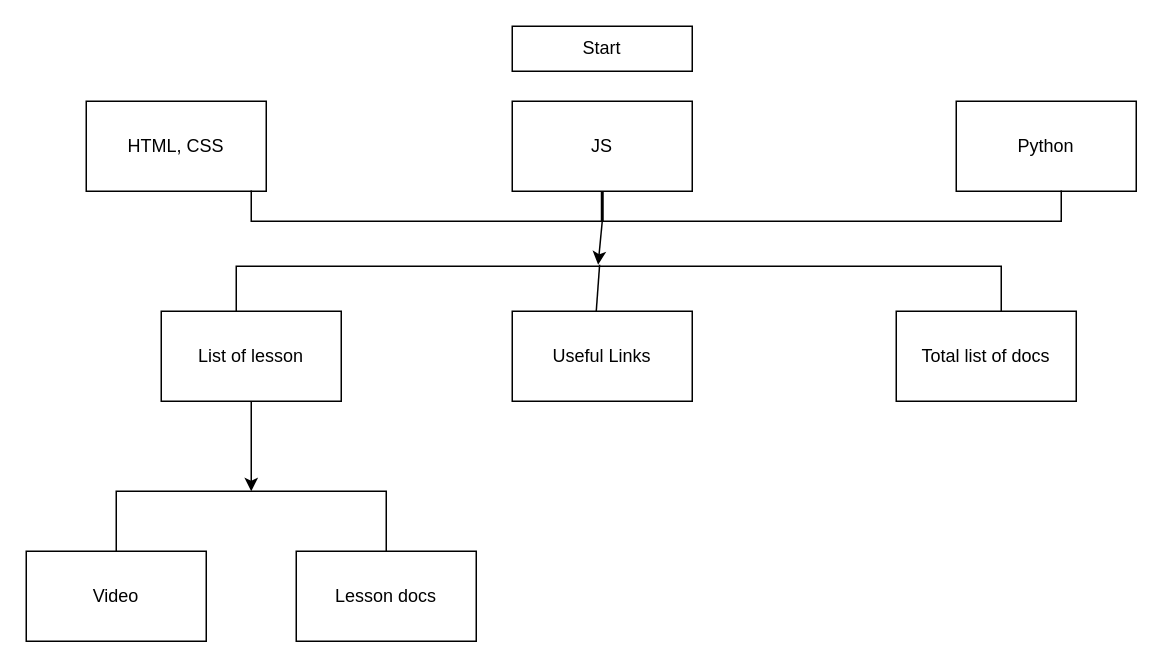
Before: TelegramBotITStep.drawio in Ocinu/TelegramBot, a draw.io diagram. Source tidied: cells renumbered, new cells numbered last; positions are measured from the earlier drawing's top-left corner, leaving out a move shared by most shapes. Both pictures are drawn from the tidied source at 150%, with x=0, y=0 at pixel (26, 26).
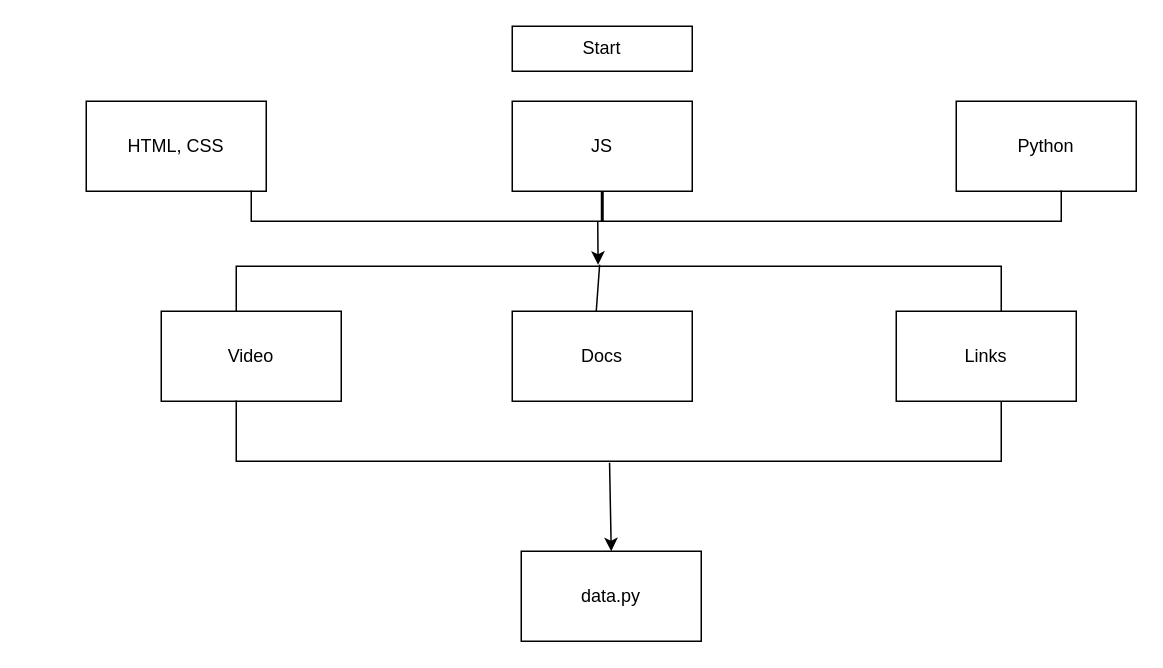
The same diagram, later.

Diff of the diagram source:
```diff
@@
 <mxGraphModel>
   <root>
     <mxCell id="0" />
     <mxCell id="1" parent="0" />
     <mxCell id="2" value="Start" style="rounded=0;whiteSpace=wrap;html=1;" parent="1" vertex="1">
       <mxGeometry x="324" width="120" height="30" as="geometry" />
     </mxCell>
     <mxCell id="3" value="Python" style="rounded=0;whiteSpace=wrap;html=1;" parent="1" vertex="1">
       <mxGeometry x="620" y="50" width="120" height="60" as="geometry" />
     </mxCell>
     <mxCell id="4" value="JS" style="rounded=0;whiteSpace=wrap;html=1;" parent="1" vertex="1">
       <mxGeometry x="324" y="50" width="120" height="60" as="geometry" />
     </mxCell>
     <mxCell id="5" value="HTML, CSS" style="rounded=0;whiteSpace=wrap;html=1;" parent="1" vertex="1">
       <mxGeometry x="40" y="50" width="120" height="60" as="geometry" />
     </mxCell>
-    <mxCell id="6" value="Video" style="rounded=0;whiteSpace=wrap;html=1;" parent="1" vertex="1">
-      <mxGeometry y="350" width="120" height="60" as="geometry" />
-    </mxCell>
-    <mxCell id="7" value="List of lesson" style="rounded=0;whiteSpace=wrap;html=1;" parent="1" vertex="1">
+    <mxCell id="7" value="Video" style="rounded=0;whiteSpace=wrap;html=1;" parent="1" vertex="1">
       <mxGeometry x="90" y="190" width="120" height="60" as="geometry" />
     </mxCell>
-    <mxCell id="8" value="Lesson docs" style="rounded=0;whiteSpace=wrap;html=1;" parent="1" vertex="1">
-      <mxGeometry x="180" y="350" width="120" height="60" as="geometry" />
+    <mxCell id="8" value="data.py" style="rounded=0;whiteSpace=wrap;html=1;" parent="1" vertex="1">
+      <mxGeometry x="330" y="350" width="120" height="60" as="geometry" />
     </mxCell>
-    <mxCell id="9" value="Useful Links" style="rounded=0;whiteSpace=wrap;html=1;" parent="1" vertex="1">
+    <mxCell id="9" value="Docs" style="rounded=0;whiteSpace=wrap;html=1;" parent="1" vertex="1">
       <mxGeometry x="324" y="190" width="120" height="60" as="geometry" />
     </mxCell>
     <mxCell id="10" style="shape=partialRectangle;whiteSpace=wrap;html=1;bottom=1;right=1;left=1;top=0;fillColor=none;routingCenterX=-0.5;direction=east;" parent="1" vertex="1">
       <mxGeometry x="150" y="110" width="540" height="20" as="geometry" />
     </mxCell>
     <mxCell id="11" style="line;strokeWidth=2;direction=south;html=1;" parent="1" vertex="1">
       <mxGeometry x="379" y="110" width="10" height="20" as="geometry" />
     </mxCell>
-    <mxCell id="12" style="shape=partialRectangle;whiteSpace=wrap;html=1;bottom=1;right=1;left=1;top=0;fillColor=none;routingCenterX=-0.5;direction=west;" parent="1" vertex="1">
-      <mxGeometry x="60" y="310" width="180" height="40" as="geometry" />
+    <mxCell id="12" style="shape=partialRectangle;whiteSpace=wrap;html=1;bottom=1;right=1;left=1;top=0;fillColor=none;routingCenterX=-0.5;direction=east;" parent="1" vertex="1">
+      <mxGeometry x="140" y="250" width="510" height="40" as="geometry" />
     </mxCell>
-    <mxCell id="13" style="endArrow=classic;html=1;entryX=0.5;entryY=1;entryDx=0;entryDy=0;exitX=0.5;exitY=1;exitDx=0;exitDy=0;" parent="1" edge="1" source="7" target="12">
+    <mxCell id="13" style="endArrow=classic;html=1;entryX=0.5;entryY=0;entryDx=0;entryDy=0;exitX=0.488;exitY=1.025;exitDx=0;exitDy=0;exitPerimeter=0;" parent="1" edge="1" source="12" target="8">
       <mxGeometry relative="1" as="geometry" />
     </mxCell>
-    <mxCell id="14" value="Total list of docs" style="rounded=0;whiteSpace=wrap;html=1;" parent="1" vertex="1">
+    <mxCell id="14" value="Links" style="rounded=0;whiteSpace=wrap;html=1;" parent="1" vertex="1">
       <mxGeometry x="580" y="190" width="120" height="60" as="geometry" />
     </mxCell>
     <mxCell id="15" style="shape=partialRectangle;whiteSpace=wrap;html=1;bottom=1;right=1;left=1;top=0;fillColor=none;routingCenterX=-0.5;direction=west;" parent="1" vertex="1">
       <mxGeometry x="140" y="160" width="510" height="30" as="geometry" />
     </mxCell>
     <mxCell id="16" style="endArrow=none;html=1;exitX=0.525;exitY=1.033;exitDx=0;exitDy=0;exitPerimeter=0;" parent="1" edge="1" source="15">
       <mxGeometry relative="1" as="geometry">
         <mxPoint x="380" y="190" as="targetPoint" />
       </mxGeometry>
     </mxCell>
-    <mxCell id="17" style="endArrow=classic;html=1;entryX=0.527;entryY=1.033;entryDx=0;entryDy=0;entryPerimeter=0;exitX=1;exitY=0.5;exitDx=0;exitDy=0;exitPerimeter=0;" parent="1" edge="1" source="11" target="15">
-      <mxGeometry relative="1" as="geometry" />
+    <mxCell id="17" style="endArrow=classic;html=1;entryX=0.527;entryY=1.033;entryDx=0;entryDy=0;entryPerimeter=0;" parent="1" edge="1" target="15">
+      <mxGeometry relative="1" as="geometry">
+        <mxPoint x="381" y="130" as="sourcePoint" />
+      </mxGeometry>
     </mxCell>
   </root>
 </mxGraphModel>
```
